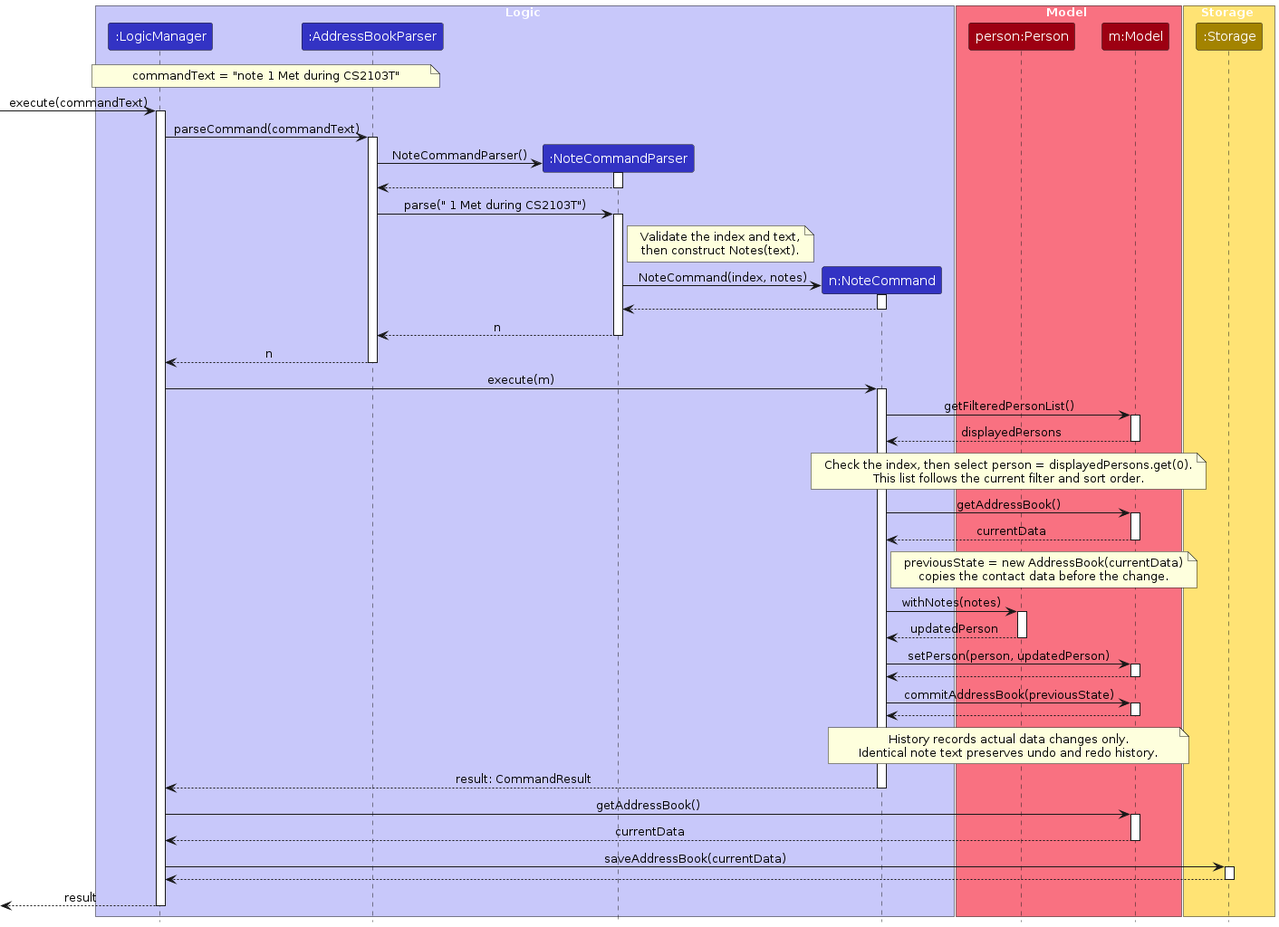
Before: diagrams/NoteSequenceDiagram.png, a diagram exported from PlantUML (AY2627S1-CS2103T-F15-3/tp). Its source is kept beside it as diagrams/NoteSequenceDiagram.puml. The source it was exported from:
```plantuml
@startuml
!include style.puml
skinparam ArrowFontStyle plain

box Logic LOGIC_COLOR_T1
participant ":LogicManager" as LogicManager LOGIC_COLOR
participant ":AddressBookParser" as AddressBookParser LOGIC_COLOR
participant ":NoteCommandParser" as NoteCommandParser LOGIC_COLOR
participant "n:NoteCommand" as NoteCommand LOGIC_COLOR
end box

box Model MODEL_COLOR_T1
participant "person:Person" as Person MODEL_COLOR
participant "m:Model" as Model MODEL_COLOR
end box

box Storage STORAGE_COLOR_T1
participant ":Storage" as Storage STORAGE_COLOR
end box

note over LogicManager, AddressBookParser
  commandText = "note 1 Met during CS2103T"
end note
[-> LogicManager : execute(commandText)
activate LogicManager

LogicManager -> AddressBookParser : parseCommand(commandText)
activate AddressBookParser

create NoteCommandParser
AddressBookParser -> NoteCommandParser : NoteCommandParser()
activate NoteCommandParser
NoteCommandParser --> AddressBookParser
deactivate NoteCommandParser

AddressBookParser -> NoteCommandParser : parse(" 1 Met during CS2103T")
activate NoteCommandParser
note right of NoteCommandParser
  Validate the index and text,
  then construct Notes(text).
end note

create NoteCommand
NoteCommandParser -> NoteCommand : NoteCommand(index, notes)
activate NoteCommand
NoteCommand --> NoteCommandParser
deactivate NoteCommand
NoteCommandParser --> AddressBookParser : n
deactivate NoteCommandParser
AddressBookParser --> LogicManager : n
deactivate AddressBookParser

LogicManager -> NoteCommand : execute(m)
activate NoteCommand
NoteCommand -> Model : getFilteredPersonList()
activate Model
Model --> NoteCommand : displayedPersons
deactivate Model
note over NoteCommand, Model
  Check the index, then select person = displayedPersons.get(0).
  This list follows the current filter and sort order.
end note

NoteCommand -> Model : getAddressBook()
activate Model
Model --> NoteCommand : currentData
deactivate Model
note right of NoteCommand
  previousState = new AddressBook(currentData)
  copies the contact data before the change.
end note

NoteCommand -> Person : withNotes(notes)
activate Person
Person --> NoteCommand : updatedPerson
deactivate Person
NoteCommand -> Model : setPerson(person, updatedPerson)
activate Model
Model --> NoteCommand
deactivate Model

NoteCommand -> Model : commitAddressBook(previousState)
activate Model
Model --> NoteCommand
deactivate Model
note over NoteCommand, Model
  History records actual data changes only.
  Identical note text preserves undo and redo history.
end note

NoteCommand --> LogicManager : result: CommandResult
deactivate NoteCommand
LogicManager -> Model : getAddressBook()
activate Model
Model --> LogicManager : currentData
deactivate Model
LogicManager -> Storage : saveAddressBook(currentData)
activate Storage
Storage --> LogicManager
deactivate Storage
[<-- LogicManager : result
deactivate LogicManager
@enduml
```
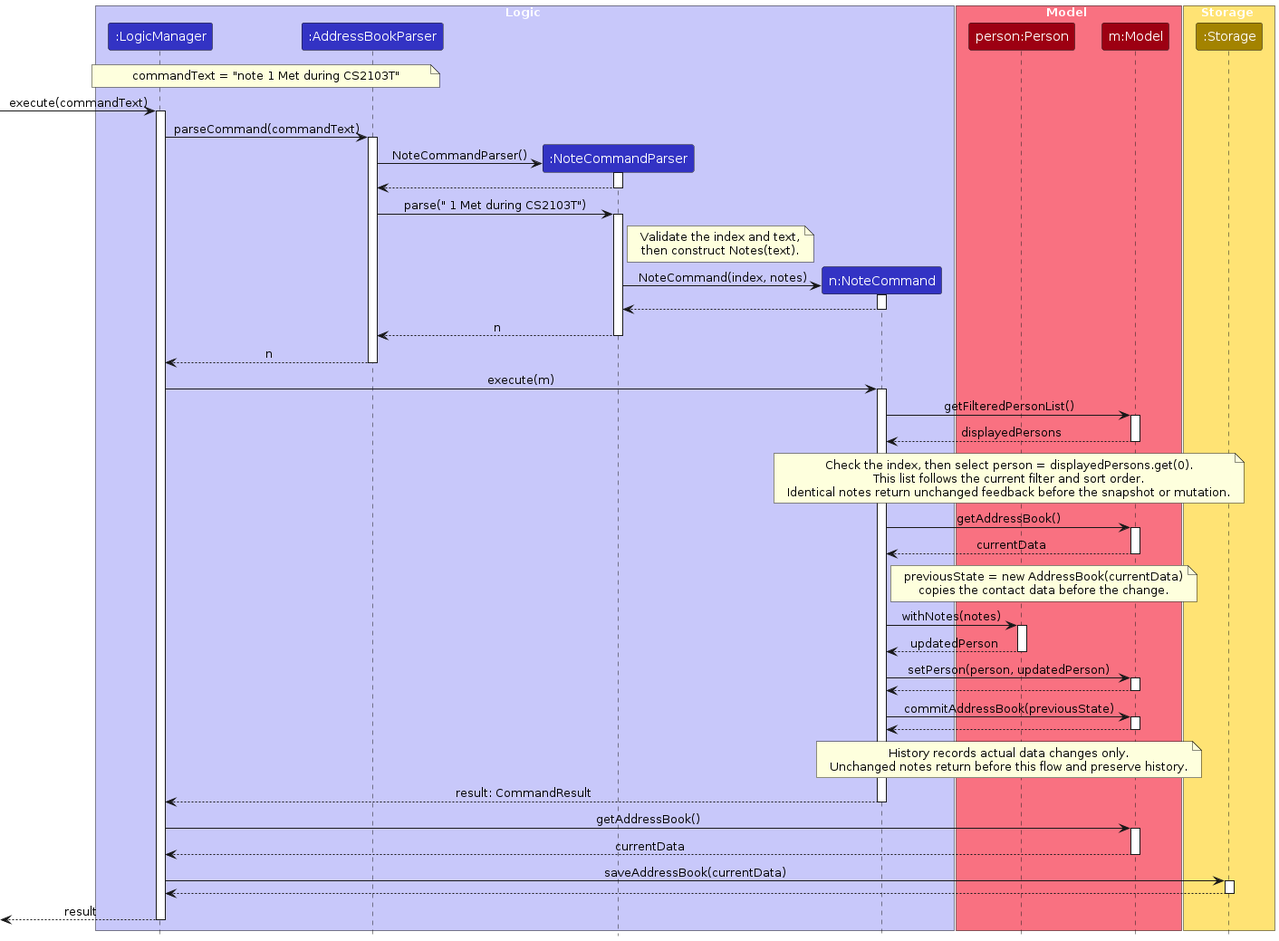
After the commit.

Change to the diagram source:
```diff
@@ -59,6 +59,7 @@
 note over NoteCommand, Model
   Check the index, then select person = displayedPersons.get(0).
   This list follows the current filter and sort order.
+  Identical notes return unchanged feedback before the snapshot or mutation.
 end note
 
 NoteCommand -> Model : getAddressBook()
@@ -85,7 +86,7 @@
 deactivate Model
 note over NoteCommand, Model
   History records actual data changes only.
-  Identical note text preserves undo and redo history.
+  Unchanged notes return before this flow and preserve history.
 end note
 
 NoteCommand --> LogicManager : result: CommandResult
```
